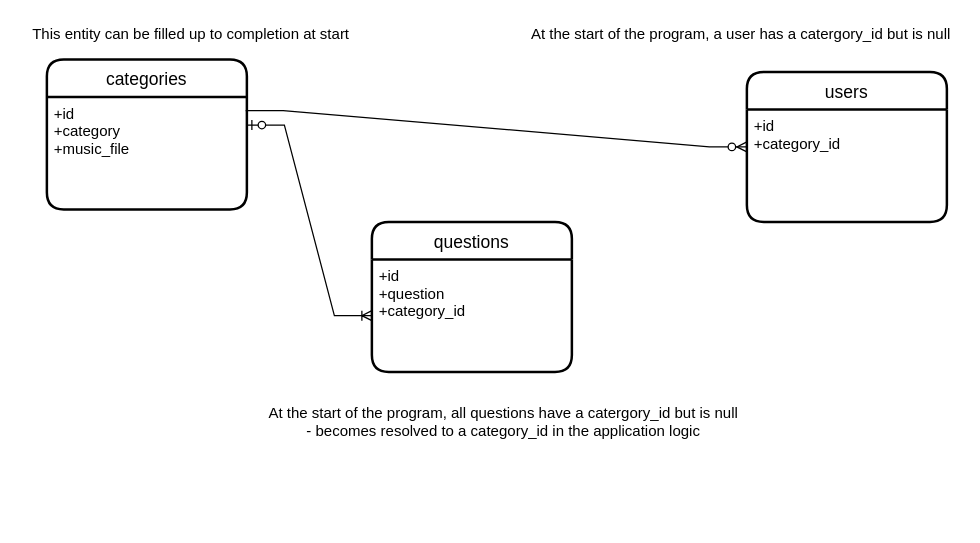
The draw.io diagram music-personality.drawio in neebs12/database-diagrams, before the edit. Source tidied: cells renumbered, new cells numbered last; positions are measured from the earlier drawing's top-left corner, leaving out a move shared by most shapes. Both pictures are drawn from the tidied source at 125%, with x=0, y=0 at pixel (21, 21).
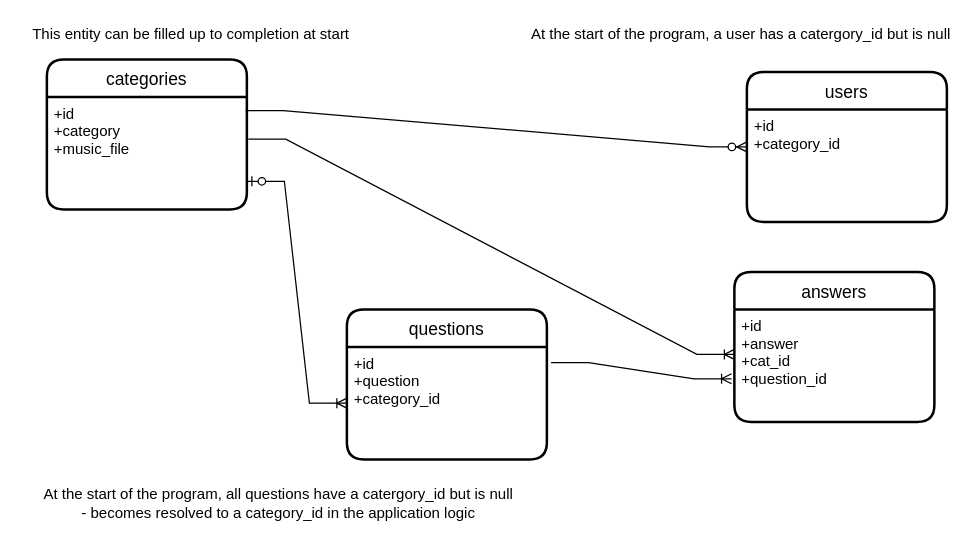
The same diagram, later.

What changed in the source:
```diff
@@
 <mxGraphModel>
   <root>
     <mxCell id="0" />
     <mxCell id="1" parent="0" />
     <mxCell id="2" value="categories" style="swimlane;horizontal=1;startSize=30;rounded=1;fontSize=14;fontStyle=0;strokeWidth=2;shadow=0;dashed=0;align=center;" parent="1" vertex="1">
       <mxGeometry x="20" y="30" width="160" height="120" as="geometry" />
     </mxCell>
     <mxCell id="3" value="+id&#10;+category&#10;+music_file" style="align=left;strokeColor=none;fillColor=none;spacingLeft=4;fontSize=12;verticalAlign=top;" parent="2" vertex="1">
       <mxGeometry y="30" width="160" height="90" as="geometry" />
     </mxCell>
     <mxCell id="4" value="questions" style="swimlane;horizontal=1;startSize=30;rounded=1;fontSize=14;fontStyle=0;strokeWidth=2;shadow=0;dashed=0;align=center;" parent="1" vertex="1">
-      <mxGeometry x="280" y="160" width="160" height="120" as="geometry" />
+      <mxGeometry x="260" y="230" width="160" height="120" as="geometry" />
     </mxCell>
     <mxCell id="5" value="+id&#10;+question&#10;+category_id" style="align=left;strokeColor=none;fillColor=none;spacingLeft=4;fontSize=12;verticalAlign=top;" parent="4" vertex="1">
       <mxGeometry y="30" width="160" height="90" as="geometry" />
     </mxCell>
     <mxCell id="6" value="users" style="swimlane;horizontal=1;startSize=30;rounded=1;fontSize=14;fontStyle=0;strokeWidth=2;shadow=0;dashed=0;align=center;" parent="1" vertex="1">
       <mxGeometry x="580" y="40" width="160" height="120" as="geometry" />
     </mxCell>
     <mxCell id="7" value="+id&#10;+category_id" style="align=left;strokeColor=none;fillColor=none;spacingLeft=4;fontSize=12;verticalAlign=top;" parent="6" vertex="1">
       <mxGeometry y="30" width="160" height="90" as="geometry" />
     </mxCell>
     <mxCell id="8" style="edgeStyle=entityRelationEdgeStyle;fontSize=12;html=1;endArrow=ERzeroToMany;endFill=1;rounded=0;entryX=0;entryY=0.5;entryDx=0;entryDy=0;exitX=0.994;exitY=0.122;exitDx=0;exitDy=0;exitPerimeter=0;" parent="1" edge="1" source="3" target="6">
       <mxGeometry relative="1" as="geometry" />
     </mxCell>
-    <mxCell id="9" style="edgeStyle=entityRelationEdgeStyle;fontSize=12;html=1;endArrow=ERoneToMany;startArrow=ERzeroToOne;rounded=0;exitX=1;exitY=0.25;exitDx=0;exitDy=0;entryX=0;entryY=0.5;entryDx=0;entryDy=0;" parent="1" edge="1" source="3" target="5">
+    <mxCell id="9" style="edgeStyle=entityRelationEdgeStyle;fontSize=12;html=1;endArrow=ERoneToMany;startArrow=ERzeroToOne;rounded=0;exitX=1;exitY=0.75;exitDx=0;exitDy=0;entryX=0;entryY=0.5;entryDx=0;entryDy=0;" parent="1" edge="1" source="3" target="5">
       <mxGeometry relative="1" as="geometry" />
     </mxCell>
     <mxCell id="10" value="At the start of the program, a user has a catergory_id but is null" style="text;html=1;align=center;verticalAlign=middle;strokeColor=none;fillColor=none;" parent="1" vertex="1">
       <mxGeometry x="400" width="350" height="20" as="geometry" />
     </mxCell>
     <mxCell id="11" value="At the start of the program, all questions have a catergory_id but is null&lt;br&gt;- becomes resolved to a category_id in the application logic" style="text;html=1;align=center;verticalAlign=middle;strokeColor=none;fillColor=none;" parent="1" vertex="1">
-      <mxGeometry x="190" y="305" width="390" height="30" as="geometry" />
+      <mxGeometry x="10" y="370" width="390" height="30" as="geometry" />
     </mxCell>
     <mxCell id="12" value="This entity can be filled up to completion at start" style="text;html=1;align=center;verticalAlign=middle;strokeColor=none;fillColor=none;" parent="1" vertex="1">
       <mxGeometry width="270" height="20" as="geometry" />
     </mxCell>
+    <mxCell id="13" value="answers" style="swimlane;horizontal=1;startSize=30;rounded=1;fontSize=14;fontStyle=0;strokeWidth=2;shadow=0;dashed=0;align=center;" parent="1" vertex="1">
+      <mxGeometry x="570" y="200" width="160" height="120" as="geometry" />
+    </mxCell>
+    <mxCell id="14" value="+id&#10;+answer&#10;+cat_id&#10;+question_id&#10;" style="align=left;strokeColor=none;fillColor=none;spacingLeft=4;fontSize=12;verticalAlign=top;" parent="13" vertex="1">
+      <mxGeometry y="30" width="160" height="90" as="geometry" />
+    </mxCell>
+    <mxCell id="15" style="edgeStyle=entityRelationEdgeStyle;fontSize=12;html=1;endArrow=ERoneToMany;rounded=0;entryX=-0.014;entryY=0.617;entryDx=0;entryDy=0;exitX=1.021;exitY=0.139;exitDx=0;exitDy=0;exitPerimeter=0;entryPerimeter=0;" parent="1" edge="1" source="5" target="14">
+      <mxGeometry relative="1" as="geometry" />
+    </mxCell>
+    <mxCell id="16" style="edgeStyle=entityRelationEdgeStyle;fontSize=12;html=1;endArrow=ERoneToMany;rounded=0;exitX=1.007;exitY=0.376;exitDx=0;exitDy=0;exitPerimeter=0;" parent="1" edge="1" source="3">
+      <mxGeometry relative="1" as="geometry">
+        <mxPoint x="570" y="266" as="targetPoint" />
+      </mxGeometry>
+    </mxCell>
   </root>
 </mxGraphModel>
```
